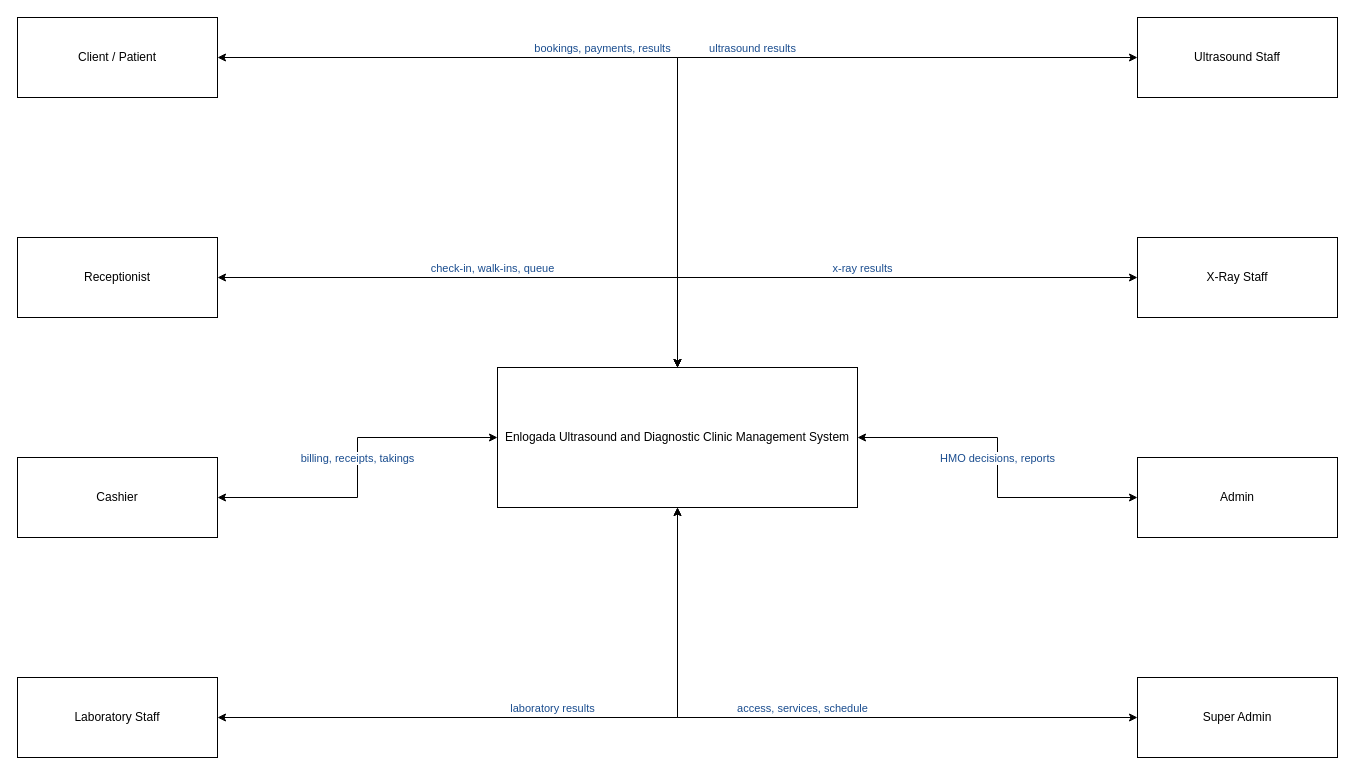
Earlier version of the draw.io diagram page "Context" (1 of 9) of docs/diagrams/dfd-level0.drawio (steven23lz/Enlogada-Clinic-Management-System). Source tidied: cells renumbered, new cells numbered last; positions are measured from the earlier drawing's top-left corner, leaving out a move shared by most shapes. Both pictures are drawn from the tidied source at 100%, with x=0, y=0 at pixel (17, 17).
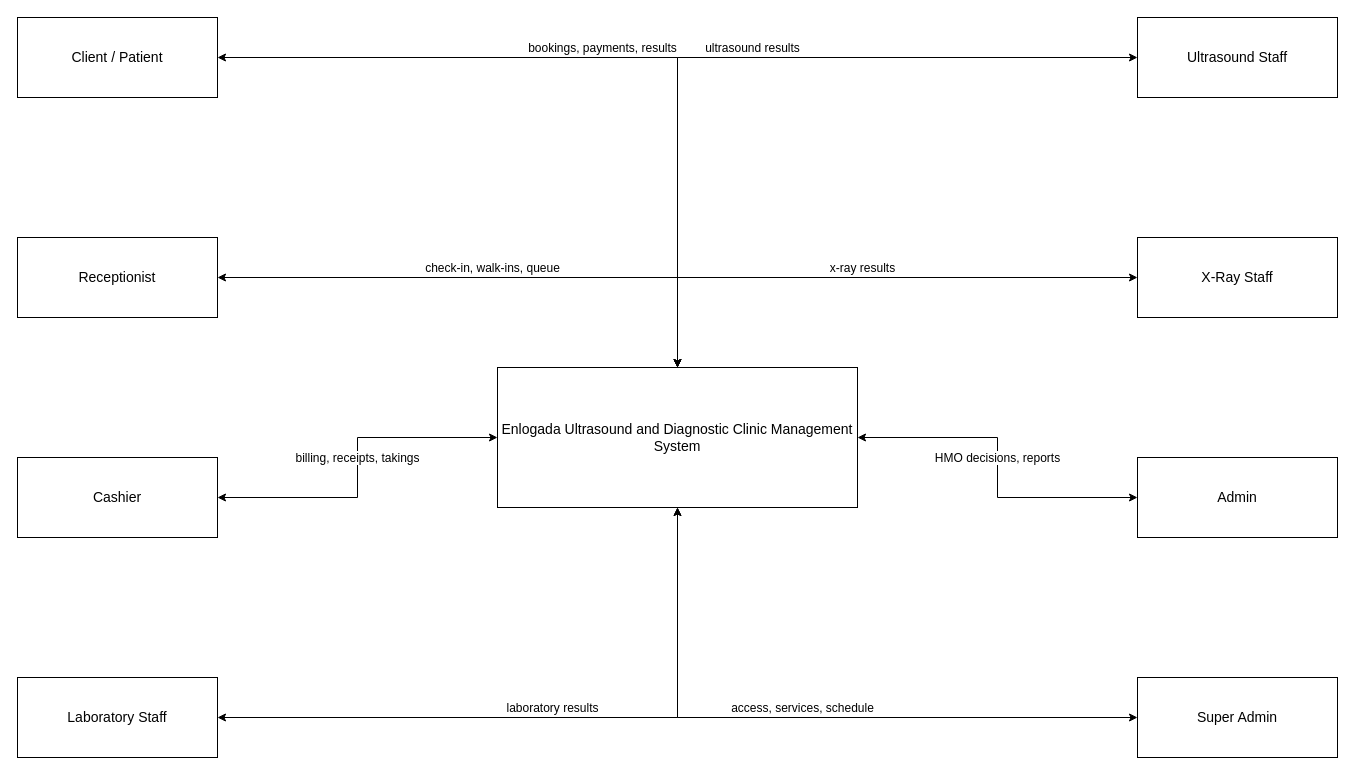
The same page after the edit.

Diff of the diagram source:
```diff
@@
 <mxGraphModel>
   <root>
     <mxCell id="0" />
     <mxCell id="1" parent="0" />
-    <mxCell id="2" value="Enlogada Ultrasound and Diagnostic Clinic Management System" style="rounded=0;whiteSpace=wrap;html=1;verticalAlign=middle;fontFamily=Helvetica;fontSize=12;" parent="1" vertex="1">
+    <mxCell id="2" value="Enlogada Ultrasound and Diagnostic Clinic Management System" style="rounded=0;whiteSpace=wrap;html=1;verticalAlign=middle;fontFamily=Helvetica;fontSize=14;fontColor=#000000;strokeColor=#000000;" parent="1" vertex="1">
       <mxGeometry x="480" y="350" width="360" height="140" as="geometry" />
     </mxCell>
-    <mxCell id="3" value="Client / Patient" style="rounded=0;whiteSpace=wrap;html=1;fontFamily=Helvetica;fontSize=12;" parent="1" vertex="1">
+    <mxCell id="3" value="Client / Patient" style="rounded=0;whiteSpace=wrap;html=1;fontFamily=Helvetica;fontSize=14;fontColor=#000000;strokeColor=#000000;" parent="1" vertex="1">
       <mxGeometry width="200" height="80" as="geometry" />
     </mxCell>
-    <mxCell id="4" value="bookings, payments, results" style="edgeStyle=orthogonalEdgeStyle;rounded=0;html=1;fontColor=#1A4D8F;verticalAlign=bottom;fontFamily=Helvetica;fontSize=11;startArrow=classic;startFill=1;" parent="1" edge="1" source="3" target="2">
+    <mxCell id="4" value="bookings, payments, results" style="edgeStyle=orthogonalEdgeStyle;rounded=0;html=1;verticalAlign=bottom;fontFamily=Helvetica;fontSize=12;fontColor=#000000;strokeColor=#000000;startArrow=classic;startFill=1;" parent="1" edge="1" source="3" target="2">
       <mxGeometry relative="1" as="geometry" />
     </mxCell>
-    <mxCell id="5" value="Receptionist" style="rounded=0;whiteSpace=wrap;html=1;fontFamily=Helvetica;fontSize=12;" parent="1" vertex="1">
+    <mxCell id="5" value="Receptionist" style="rounded=0;whiteSpace=wrap;html=1;fontFamily=Helvetica;fontSize=14;fontColor=#000000;strokeColor=#000000;" parent="1" vertex="1">
       <mxGeometry y="220" width="200" height="80" as="geometry" />
     </mxCell>
-    <mxCell id="6" value="check-in, walk-ins, queue" style="edgeStyle=orthogonalEdgeStyle;rounded=0;html=1;fontColor=#1A4D8F;verticalAlign=bottom;fontFamily=Helvetica;fontSize=11;startArrow=classic;startFill=1;" parent="1" edge="1" source="5" target="2">
+    <mxCell id="6" value="check-in, walk-ins, queue" style="edgeStyle=orthogonalEdgeStyle;rounded=0;html=1;verticalAlign=bottom;fontFamily=Helvetica;fontSize=12;fontColor=#000000;strokeColor=#000000;startArrow=classic;startFill=1;" parent="1" edge="1" source="5" target="2">
       <mxGeometry relative="1" as="geometry" />
     </mxCell>
-    <mxCell id="7" value="Cashier" style="rounded=0;whiteSpace=wrap;html=1;fontFamily=Helvetica;fontSize=12;" parent="1" vertex="1">
+    <mxCell id="7" value="Cashier" style="rounded=0;whiteSpace=wrap;html=1;fontFamily=Helvetica;fontSize=14;fontColor=#000000;strokeColor=#000000;" parent="1" vertex="1">
       <mxGeometry y="440" width="200" height="80" as="geometry" />
     </mxCell>
-    <mxCell id="8" value="billing, receipts, takings" style="edgeStyle=orthogonalEdgeStyle;rounded=0;html=1;fontColor=#1A4D8F;verticalAlign=bottom;fontFamily=Helvetica;fontSize=11;startArrow=classic;startFill=1;" parent="1" edge="1" source="7" target="2">
+    <mxCell id="8" value="billing, receipts, takings" style="edgeStyle=orthogonalEdgeStyle;rounded=0;html=1;verticalAlign=bottom;fontFamily=Helvetica;fontSize=12;fontColor=#000000;strokeColor=#000000;startArrow=classic;startFill=1;" parent="1" edge="1" source="7" target="2">
       <mxGeometry relative="1" as="geometry" />
     </mxCell>
-    <mxCell id="9" value="Laboratory Staff" style="rounded=0;whiteSpace=wrap;html=1;fontFamily=Helvetica;fontSize=12;" parent="1" vertex="1">
+    <mxCell id="9" value="Laboratory Staff" style="rounded=0;whiteSpace=wrap;html=1;fontFamily=Helvetica;fontSize=14;fontColor=#000000;strokeColor=#000000;" parent="1" vertex="1">
       <mxGeometry y="660" width="200" height="80" as="geometry" />
     </mxCell>
-    <mxCell id="10" value="laboratory results" style="edgeStyle=orthogonalEdgeStyle;rounded=0;html=1;fontColor=#1A4D8F;verticalAlign=bottom;fontFamily=Helvetica;fontSize=11;startArrow=classic;startFill=1;" parent="1" edge="1" source="9" target="2">
+    <mxCell id="10" value="laboratory results" style="edgeStyle=orthogonalEdgeStyle;rounded=0;html=1;verticalAlign=bottom;fontFamily=Helvetica;fontSize=12;fontColor=#000000;strokeColor=#000000;startArrow=classic;startFill=1;" parent="1" edge="1" source="9" target="2">
       <mxGeometry relative="1" as="geometry" />
     </mxCell>
-    <mxCell id="11" value="Ultrasound Staff" style="rounded=0;whiteSpace=wrap;html=1;fontFamily=Helvetica;fontSize=12;" parent="1" vertex="1">
+    <mxCell id="11" value="Ultrasound Staff" style="rounded=0;whiteSpace=wrap;html=1;fontFamily=Helvetica;fontSize=14;fontColor=#000000;strokeColor=#000000;" parent="1" vertex="1">
       <mxGeometry x="1120" width="200" height="80" as="geometry" />
     </mxCell>
-    <mxCell id="12" value="ultrasound results" style="edgeStyle=orthogonalEdgeStyle;rounded=0;html=1;fontColor=#1A4D8F;verticalAlign=bottom;fontFamily=Helvetica;fontSize=11;startArrow=classic;startFill=1;" parent="1" edge="1" source="11" target="2">
+    <mxCell id="12" value="ultrasound results" style="edgeStyle=orthogonalEdgeStyle;rounded=0;html=1;verticalAlign=bottom;fontFamily=Helvetica;fontSize=12;fontColor=#000000;strokeColor=#000000;startArrow=classic;startFill=1;" parent="1" edge="1" source="11" target="2">
       <mxGeometry relative="1" as="geometry" />
     </mxCell>
-    <mxCell id="13" value="X-Ray Staff" style="rounded=0;whiteSpace=wrap;html=1;fontFamily=Helvetica;fontSize=12;" parent="1" vertex="1">
+    <mxCell id="13" value="X-Ray Staff" style="rounded=0;whiteSpace=wrap;html=1;fontFamily=Helvetica;fontSize=14;fontColor=#000000;strokeColor=#000000;" parent="1" vertex="1">
       <mxGeometry x="1120" y="220" width="200" height="80" as="geometry" />
     </mxCell>
-    <mxCell id="14" value="x-ray results" style="edgeStyle=orthogonalEdgeStyle;rounded=0;html=1;fontColor=#1A4D8F;verticalAlign=bottom;fontFamily=Helvetica;fontSize=11;startArrow=classic;startFill=1;" parent="1" edge="1" source="13" target="2">
+    <mxCell id="14" value="x-ray results" style="edgeStyle=orthogonalEdgeStyle;rounded=0;html=1;verticalAlign=bottom;fontFamily=Helvetica;fontSize=12;fontColor=#000000;strokeColor=#000000;startArrow=classic;startFill=1;" parent="1" edge="1" source="13" target="2">
       <mxGeometry relative="1" as="geometry" />
     </mxCell>
-    <mxCell id="15" value="Admin" style="rounded=0;whiteSpace=wrap;html=1;fontFamily=Helvetica;fontSize=12;" parent="1" vertex="1">
+    <mxCell id="15" value="Admin" style="rounded=0;whiteSpace=wrap;html=1;fontFamily=Helvetica;fontSize=14;fontColor=#000000;strokeColor=#000000;" parent="1" vertex="1">
       <mxGeometry x="1120" y="440" width="200" height="80" as="geometry" />
     </mxCell>
-    <mxCell id="16" value="HMO decisions, reports" style="edgeStyle=orthogonalEdgeStyle;rounded=0;html=1;fontColor=#1A4D8F;verticalAlign=bottom;fontFamily=Helvetica;fontSize=11;startArrow=classic;startFill=1;" parent="1" edge="1" source="15" target="2">
+    <mxCell id="16" value="HMO decisions, reports" style="edgeStyle=orthogonalEdgeStyle;rounded=0;html=1;verticalAlign=bottom;fontFamily=Helvetica;fontSize=12;fontColor=#000000;strokeColor=#000000;startArrow=classic;startFill=1;" parent="1" edge="1" source="15" target="2">
       <mxGeometry relative="1" as="geometry" />
     </mxCell>
-    <mxCell id="17" value="Super Admin" style="rounded=0;whiteSpace=wrap;html=1;fontFamily=Helvetica;fontSize=12;" parent="1" vertex="1">
+    <mxCell id="17" value="Super Admin" style="rounded=0;whiteSpace=wrap;html=1;fontFamily=Helvetica;fontSize=14;fontColor=#000000;strokeColor=#000000;" parent="1" vertex="1">
       <mxGeometry x="1120" y="660" width="200" height="80" as="geometry" />
     </mxCell>
-    <mxCell id="18" value="access, services, schedule" style="edgeStyle=orthogonalEdgeStyle;rounded=0;html=1;fontColor=#1A4D8F;verticalAlign=bottom;fontFamily=Helvetica;fontSize=11;startArrow=classic;startFill=1;" parent="1" edge="1" source="17" target="2">
+    <mxCell id="18" value="access, services, schedule" style="edgeStyle=orthogonalEdgeStyle;rounded=0;html=1;verticalAlign=bottom;fontFamily=Helvetica;fontSize=12;fontColor=#000000;strokeColor=#000000;startArrow=classic;startFill=1;" parent="1" edge="1" source="17" target="2">
       <mxGeometry relative="1" as="geometry" />
     </mxCell>
   </root>
 </mxGraphModel>
```
